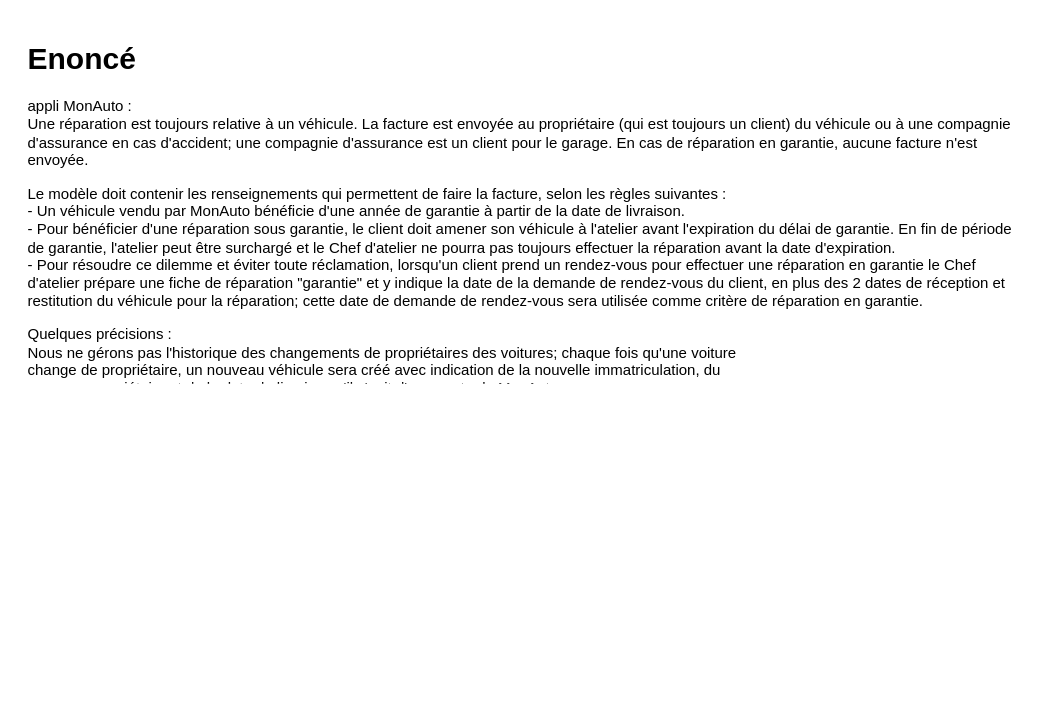
Above: exo12.drawio in valentin-cochin/cda-uml-exos (draw.io), before the change. Source tidied: cells renumbered, new cells numbered last; positions are measured from the earlier drawing's top-left corner, leaving out a move shared by most shapes. Both pictures are drawn from the tidied source at 125%, with x=0, y=0 at pixel (21, 34).
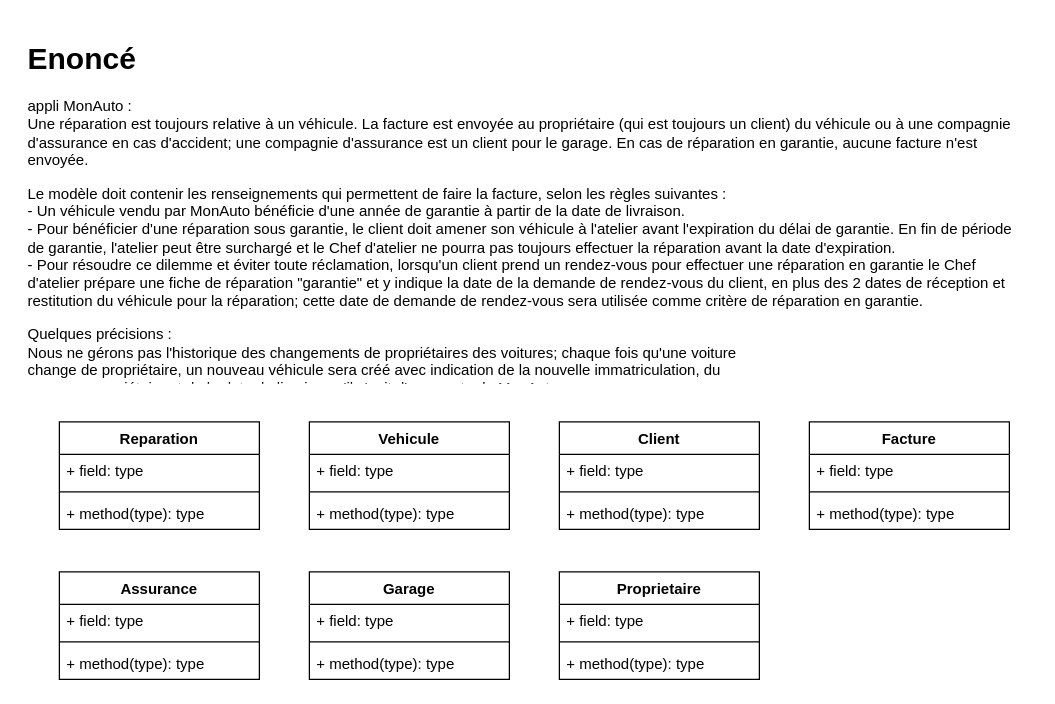
After the change.

The edit, as a diff of the source:
```diff
@@
+    <mxCell id="3" value="Reparation" style="swimlane;fontStyle=1;align=center;verticalAlign=top;horizontal=1;startSize=26;" parent="1" vertex="1">
+      <mxGeometry x="30" y="310" width="160" height="86" as="geometry" />
+    </mxCell>
+    <mxCell id="4" value="+ field: type" style="text;strokeColor=none;fillColor=none;align=left;verticalAlign=top;spacingLeft=4;spacingRight=4;overflow=hidden;" parent="3" vertex="1">
+      <mxGeometry y="26" width="160" height="26" as="geometry" />
+    </mxCell>
+    <mxCell id="5" style="line;strokeWidth=1;fillColor=none;align=left;verticalAlign=middle;spacingTop=-1;spacingLeft=3;spacingRight=3;labelPosition=right;" parent="3" vertex="1">
+      <mxGeometry y="52" width="160" height="8" as="geometry" />
+    </mxCell>
+    <mxCell id="6" value="+ method(type): type" style="text;strokeColor=none;fillColor=none;align=left;verticalAlign=top;spacingLeft=4;spacingRight=4;overflow=hidden;" parent="3" vertex="1">
+      <mxGeometry y="60" width="160" height="26" as="geometry" />
+    </mxCell>
+    <mxCell id="7" value="Vehicule" style="swimlane;fontStyle=1;align=center;verticalAlign=top;horizontal=1;startSize=26;" parent="1" vertex="1">
+      <mxGeometry x="230" y="310" width="160" height="86" as="geometry" />
+    </mxCell>
+    <mxCell id="8" value="+ field: type" style="text;strokeColor=none;fillColor=none;align=left;verticalAlign=top;spacingLeft=4;spacingRight=4;overflow=hidden;" parent="7" vertex="1">
+      <mxGeometry y="26" width="160" height="26" as="geometry" />
+    </mxCell>
+    <mxCell id="9" style="line;strokeWidth=1;fillColor=none;align=left;verticalAlign=middle;spacingTop=-1;spacingLeft=3;spacingRight=3;labelPosition=right;" parent="7" vertex="1">
+      <mxGeometry y="52" width="160" height="8" as="geometry" />
+    </mxCell>
+    <mxCell id="10" value="+ method(type): type" style="text;strokeColor=none;fillColor=none;align=left;verticalAlign=top;spacingLeft=4;spacingRight=4;overflow=hidden;" parent="7" vertex="1">
+      <mxGeometry y="60" width="160" height="26" as="geometry" />
+    </mxCell>
+    <mxCell id="11" value="Client" style="swimlane;fontStyle=1;align=center;verticalAlign=top;horizontal=1;startSize=26;" parent="1" vertex="1">
+      <mxGeometry x="430" y="310" width="160" height="86" as="geometry" />
+    </mxCell>
+    <mxCell id="12" value="+ field: type" style="text;strokeColor=none;fillColor=none;align=left;verticalAlign=top;spacingLeft=4;spacingRight=4;overflow=hidden;" parent="11" vertex="1">
+      <mxGeometry y="26" width="160" height="26" as="geometry" />
+    </mxCell>
+    <mxCell id="13" style="line;strokeWidth=1;fillColor=none;align=left;verticalAlign=middle;spacingTop=-1;spacingLeft=3;spacingRight=3;labelPosition=right;" parent="11" vertex="1">
+      <mxGeometry y="52" width="160" height="8" as="geometry" />
+    </mxCell>
+    <mxCell id="14" value="+ method(type): type" style="text;strokeColor=none;fillColor=none;align=left;verticalAlign=top;spacingLeft=4;spacingRight=4;overflow=hidden;" parent="11" vertex="1">
+      <mxGeometry y="60" width="160" height="26" as="geometry" />
+    </mxCell>
+    <mxCell id="15" value="Assurance" style="swimlane;fontStyle=1;align=center;verticalAlign=top;horizontal=1;startSize=26;" parent="1" vertex="1">
+      <mxGeometry x="30" y="430" width="160" height="86" as="geometry" />
+    </mxCell>
+    <mxCell id="16" value="+ field: type" style="text;strokeColor=none;fillColor=none;align=left;verticalAlign=top;spacingLeft=4;spacingRight=4;overflow=hidden;" parent="15" vertex="1">
+      <mxGeometry y="26" width="160" height="26" as="geometry" />
+    </mxCell>
+    <mxCell id="17" style="line;strokeWidth=1;fillColor=none;align=left;verticalAlign=middle;spacingTop=-1;spacingLeft=3;spacingRight=3;labelPosition=right;" parent="15" vertex="1">
+      <mxGeometry y="52" width="160" height="8" as="geometry" />
+    </mxCell>
+    <mxCell id="18" value="+ method(type): type" style="text;strokeColor=none;fillColor=none;align=left;verticalAlign=top;spacingLeft=4;spacingRight=4;overflow=hidden;" parent="15" vertex="1">
+      <mxGeometry y="60" width="160" height="26" as="geometry" />
+    </mxCell>
+    <mxCell id="19" value="Proprietaire" style="swimlane;fontStyle=1;align=center;verticalAlign=top;horizontal=1;startSize=26;" parent="1" vertex="1">
+      <mxGeometry x="430" y="430" width="160" height="86" as="geometry" />
+    </mxCell>
+    <mxCell id="20" value="+ field: type" style="text;strokeColor=none;fillColor=none;align=left;verticalAlign=top;spacingLeft=4;spacingRight=4;overflow=hidden;" parent="19" vertex="1">
+      <mxGeometry y="26" width="160" height="26" as="geometry" />
+    </mxCell>
+    <mxCell id="21" style="line;strokeWidth=1;fillColor=none;align=left;verticalAlign=middle;spacingTop=-1;spacingLeft=3;spacingRight=3;labelPosition=right;" parent="19" vertex="1">
+      <mxGeometry y="52" width="160" height="8" as="geometry" />
+    </mxCell>
+    <mxCell id="22" value="+ method(type): type" style="text;strokeColor=none;fillColor=none;align=left;verticalAlign=top;spacingLeft=4;spacingRight=4;overflow=hidden;" parent="19" vertex="1">
+      <mxGeometry y="60" width="160" height="26" as="geometry" />
+    </mxCell>
+    <mxCell id="23" value="Garage" style="swimlane;fontStyle=1;align=center;verticalAlign=top;horizontal=1;startSize=26;" parent="1" vertex="1">
+      <mxGeometry x="230" y="430" width="160" height="86" as="geometry" />
+    </mxCell>
+    <mxCell id="24" value="+ field: type" style="text;strokeColor=none;fillColor=none;align=left;verticalAlign=top;spacingLeft=4;spacingRight=4;overflow=hidden;" parent="23" vertex="1">
+      <mxGeometry y="26" width="160" height="26" as="geometry" />
+    </mxCell>
+    <mxCell id="25" style="line;strokeWidth=1;fillColor=none;align=left;verticalAlign=middle;spacingTop=-1;spacingLeft=3;spacingRight=3;labelPosition=right;" parent="23" vertex="1">
+      <mxGeometry y="52" width="160" height="8" as="geometry" />
+    </mxCell>
+    <mxCell id="26" value="+ method(type): type" style="text;strokeColor=none;fillColor=none;align=left;verticalAlign=top;spacingLeft=4;spacingRight=4;overflow=hidden;" parent="23" vertex="1">
+      <mxGeometry y="60" width="160" height="26" as="geometry" />
+    </mxCell>
+    <mxCell id="27" value="Facture" style="swimlane;fontStyle=1;align=center;verticalAlign=top;horizontal=1;startSize=26;" parent="1" vertex="1">
+      <mxGeometry x="630" y="310" width="160" height="86" as="geometry" />
+    </mxCell>
+    <mxCell id="28" value="+ field: type" style="text;strokeColor=none;fillColor=none;align=left;verticalAlign=top;spacingLeft=4;spacingRight=4;overflow=hidden;" parent="27" vertex="1">
+      <mxGeometry y="26" width="160" height="26" as="geometry" />
+    </mxCell>
+    <mxCell id="29" style="line;strokeWidth=1;fillColor=none;align=left;verticalAlign=middle;spacingTop=-1;spacingLeft=3;spacingRight=3;labelPosition=right;" parent="27" vertex="1">
+      <mxGeometry y="52" width="160" height="8" as="geometry" />
+    </mxCell>
+    <mxCell id="30" value="+ method(type): type" style="text;strokeColor=none;fillColor=none;align=left;verticalAlign=top;spacingLeft=4;spacingRight=4;overflow=hidden;" parent="27" vertex="1">
+      <mxGeometry y="60" width="160" height="26" as="geometry" />
+    </mxCell>
```
